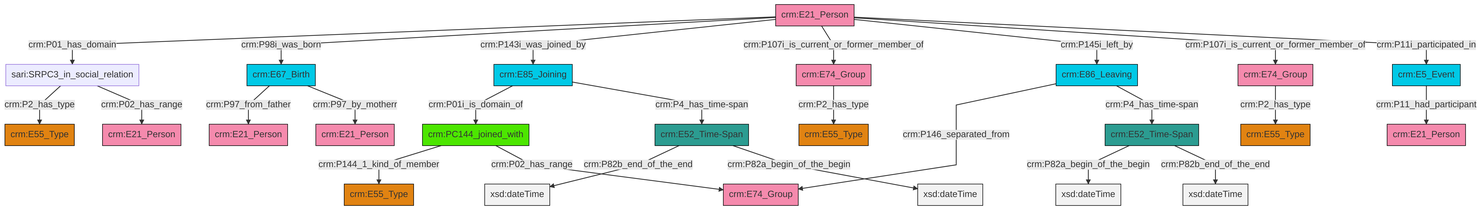
Earlier version of the Mermaid export et/personCSV/ttl/mmd/png/Person_Actor_Relations.png (swiss-art-research-net/docs.swissartresearch). Its source is kept beside it as et/personCSV/ttl/mmd/Person_Actor_Relations.ttl.mmd.
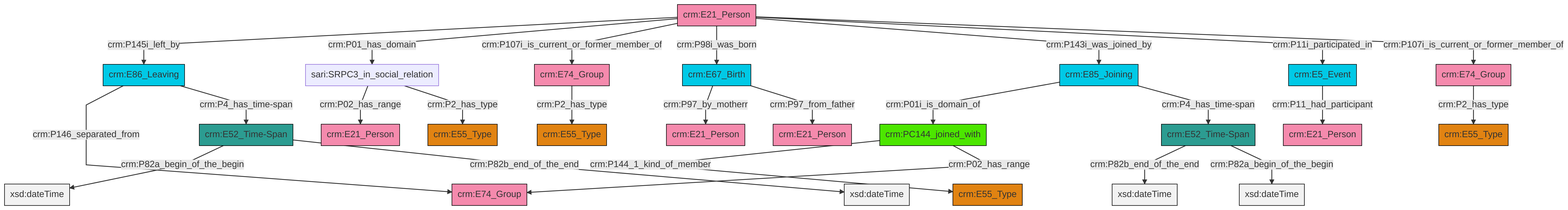
The same diagram one commit later.

Change to the diagram source:
```diff
@@ -13,27 +13,27 @@
 classDef PC_Classes fill:#4ce600, stroke:#000000;
 classDef Multi fill:#cccccc,stroke:#000000;
 
-0["crm:E86_Leaving"]:::Temporal_Entity -->|crm:P146_separated_from| 1["crm:E74_Group"]:::Actor
-4["crm:E21_Person"]:::Actor -->|crm:P01_has_domain| 5["sari:SRPC3_in_social_relation"]:::Default
-4["crm:E21_Person"]:::Actor -->|crm:P98i_was_born| 6["crm:E67_Birth"]:::Temporal_Entity
-13["crm:E5_Event"]:::Temporal_Entity -->|crm:P11_had_participant| 14["crm:E21_Person"]:::Actor
-4["crm:E21_Person"]:::Actor -->|crm:P143i_was_joined_by| 15["crm:E85_Joining"]:::Temporal_Entity
-15["crm:E85_Joining"]:::Temporal_Entity -->|crm:P01i_is_domain_of| 16["crm:PC144_joined_with"]:::PC_Classes
-18["crm:E52_Time-Span"]:::Time-Span -->|crm:P82a_begin_of_the_begin| 19[xsd:dateTime]:::Literal
-4["crm:E21_Person"]:::Actor -->|crm:P107i_is_current_or_former_member_of| 2["crm:E74_Group"]:::Actor
-0["crm:E86_Leaving"]:::Temporal_Entity -->|crm:P4_has_time-span| 18["crm:E52_Time-Span"]:::Time-Span
-24["crm:E74_Group"]:::Actor -->|crm:P2_has_type| 11["crm:E55_Type"]:::Type
-18["crm:E52_Time-Span"]:::Time-Span -->|crm:P82b_end_of_the_end| 25[xsd:dateTime]:::Literal
-4["crm:E21_Person"]:::Actor -->|crm:P145i_left_by| 0["crm:E86_Leaving"]:::Temporal_Entity
-7["crm:E52_Time-Span"]:::Time-Span -->|crm:P82b_end_of_the_end| 28[xsd:dateTime]:::Literal
-6["crm:E67_Birth"]:::Temporal_Entity -->|crm:P97_from_father| 35["crm:E21_Person"]:::Actor
-4["crm:E21_Person"]:::Actor -->|crm:P107i_is_current_or_former_member_of| 24["crm:E74_Group"]:::Actor
-16["crm:PC144_joined_with"]:::PC_Classes -->|crm:P144_1_kind_of_member| 22["crm:E55_Type"]:::Type
-7["crm:E52_Time-Span"]:::Time-Span -->|crm:P82a_begin_of_the_begin| 38[xsd:dateTime]:::Literal
-4["crm:E21_Person"]:::Actor -->|crm:P11i_participated_in| 13["crm:E5_Event"]:::Temporal_Entity
-6["crm:E67_Birth"]:::Temporal_Entity -->|crm:P97_by_motherr| 26["crm:E21_Person"]:::Actor
-15["crm:E85_Joining"]:::Temporal_Entity -->|crm:P4_has_time-span| 7["crm:E52_Time-Span"]:::Time-Span
-5["sari:SRPC3_in_social_relation"]:::Default -->|crm:P2_has_type| 33["crm:E55_Type"]:::Type
-5["sari:SRPC3_in_social_relation"]:::Default -->|crm:P02_has_range| 9["crm:E21_Person"]:::Actor
-2["crm:E74_Group"]:::Actor -->|crm:P2_has_type| 40["crm:E55_Type"]:::Type
-16["crm:PC144_joined_with"]:::PC_Classes -->|crm:P02_has_range| 1["crm:E74_Group"]:::Actor
+0["crm:E52_Time-Span"]:::Time-Span -->|crm:P82a_begin_of_the_begin| 1[xsd:dateTime]:::Literal
+6["crm:E21_Person"]:::Actor -->|crm:P145i_left_by| 7["crm:E86_Leaving"]:::Temporal_Entity
+6["crm:E21_Person"]:::Actor -->|crm:P01_has_domain| 10["sari:SRPC3_in_social_relation"]:::Default
+11["crm:E74_Group"]:::Actor -->|crm:P2_has_type| 14["crm:E55_Type"]:::Type
+2["crm:PC144_joined_with"]:::PC_Classes -->|crm:P144_1_kind_of_member| 8["crm:E55_Type"]:::Type
+16["crm:E85_Joining"]:::Temporal_Entity -->|crm:P01i_is_domain_of| 2["crm:PC144_joined_with"]:::PC_Classes
+2["crm:PC144_joined_with"]:::PC_Classes -->|crm:P02_has_range| 17["crm:E74_Group"]:::Actor
+0["crm:E52_Time-Span"]:::Time-Span -->|crm:P82b_end_of_the_end| 18[xsd:dateTime]:::Literal
+10["sari:SRPC3_in_social_relation"]:::Default -->|crm:P02_has_range| 19["crm:E21_Person"]:::Actor
+6["crm:E21_Person"]:::Actor -->|crm:P107i_is_current_or_former_member_of| 11["crm:E74_Group"]:::Actor
+16["crm:E85_Joining"]:::Temporal_Entity -->|crm:P4_has_time-span| 20["crm:E52_Time-Span"]:::Time-Span
+6["crm:E21_Person"]:::Actor -->|crm:P98i_was_born| 26["crm:E67_Birth"]:::Temporal_Entity
+6["crm:E21_Person"]:::Actor -->|crm:P143i_was_joined_by| 16["crm:E85_Joining"]:::Temporal_Entity
+7["crm:E86_Leaving"]:::Temporal_Entity -->|crm:P146_separated_from| 17["crm:E74_Group"]:::Actor
+26["crm:E67_Birth"]:::Temporal_Entity -->|crm:P97_by_motherr| 28["crm:E21_Person"]:::Actor
+6["crm:E21_Person"]:::Actor -->|crm:P11i_participated_in| 29["crm:E5_Event"]:::Temporal_Entity
+10["sari:SRPC3_in_social_relation"]:::Default -->|crm:P2_has_type| 31["crm:E55_Type"]:::Type
+26["crm:E67_Birth"]:::Temporal_Entity -->|crm:P97_from_father| 32["crm:E21_Person"]:::Actor
+7["crm:E86_Leaving"]:::Temporal_Entity -->|crm:P4_has_time-span| 0["crm:E52_Time-Span"]:::Time-Span
+20["crm:E52_Time-Span"]:::Time-Span -->|crm:P82b_end_of_the_end| 34[xsd:dateTime]:::Literal
+29["crm:E5_Event"]:::Temporal_Entity -->|crm:P11_had_participant| 22["crm:E21_Person"]:::Actor
+20["crm:E52_Time-Span"]:::Time-Span -->|crm:P82a_begin_of_the_begin| 37[xsd:dateTime]:::Literal
+6["crm:E21_Person"]:::Actor -->|crm:P107i_is_current_or_former_member_of| 38["crm:E74_Group"]:::Actor
+38["crm:E74_Group"]:::Actor -->|crm:P2_has_type| 4["crm:E55_Type"]:::Type
```
